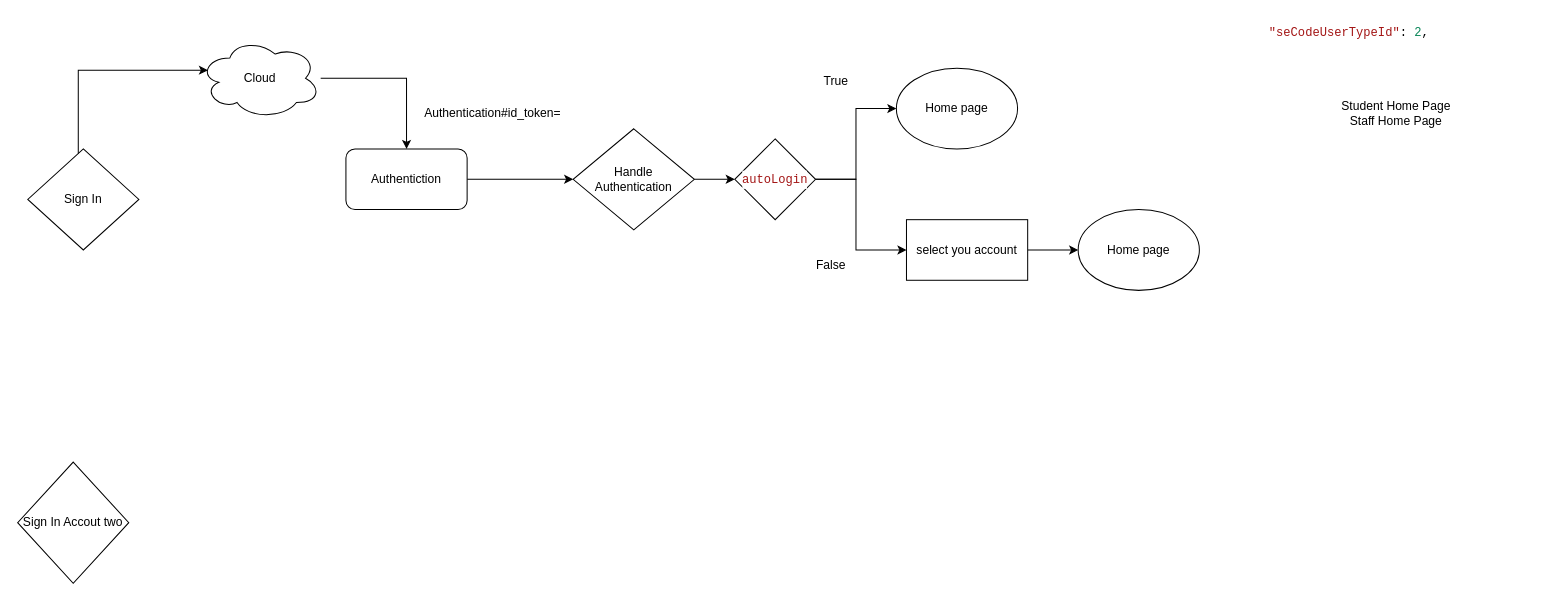
This is LoginWorkFLow.drawio from Mohamedmtc/Diagrams, a draw.io file, before an edit. Source tidied: cells renumbered, new cells numbered last; positions are measured from the earlier drawing's top-left corner, leaving out a move shared by most shapes. Both pictures are drawn from the tidied source at 101%, with x=0, y=0 at pixel (17, 17).
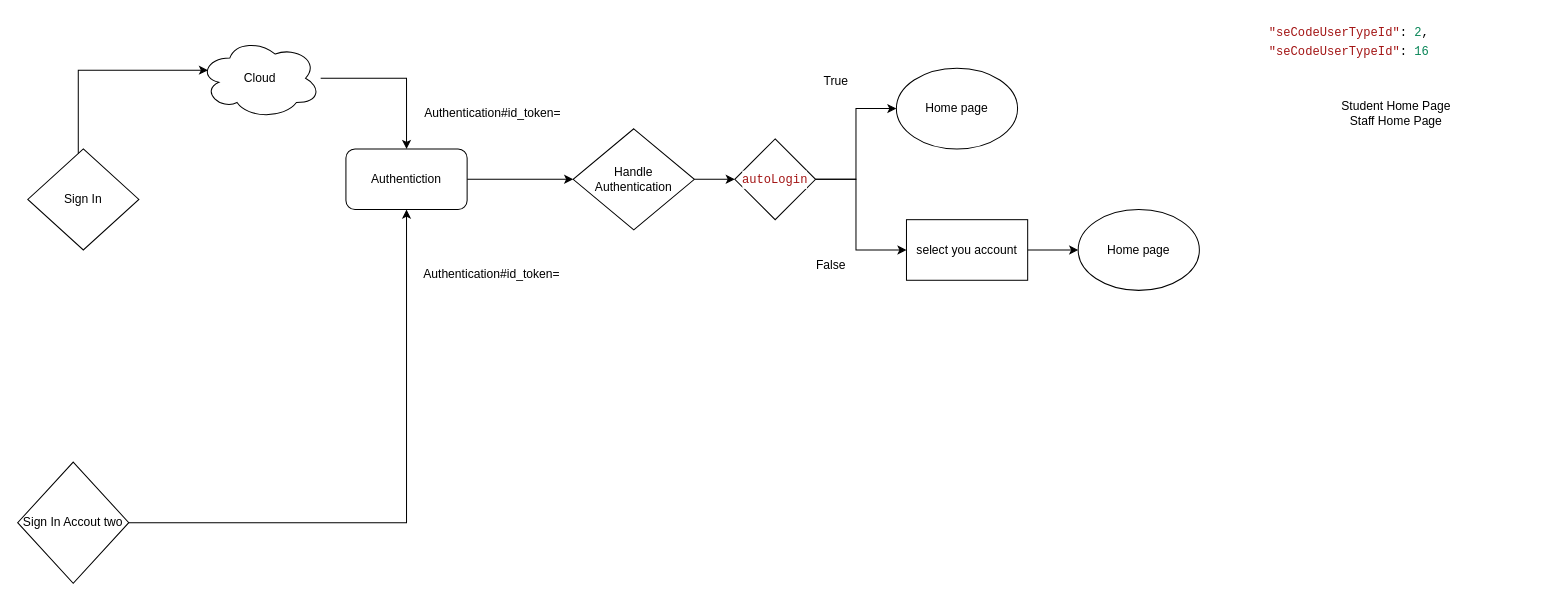
Above is the later version.

The change refers to these unchanged cells:
```xml
<mxCell id="3" value="Sign In Accout two" style="rhombus;whiteSpace=wrap;html=1;" parent="1" vertex="1">
  <mxGeometry y="440" width="110" height="120" as="geometry" />
</mxCell>
<mxCell id="8" value="Authentiction" style="rounded=1;whiteSpace=wrap;html=1;" parent="1" vertex="1">
  <mxGeometry x="325" y="130" width="120" height="60" as="geometry" />
</mxCell>
```

Diff of the diagram source:
```diff
@@
+    <mxCell id="23" style="edgeStyle=orthogonalEdgeStyle;rounded=0;jettySize=auto;html=1;entryX=0.5;entryY=1;entryDx=0;entryDy=0;" parent="1" edge="1" source="3" target="8">
+      <mxGeometry relative="1" as="geometry" />
+    </mxCell>
@@
-    <mxCell id="21" value="&lt;div style=&quot;color: #000000;background-color: #ffffff;font-family: IBMPlexMono, 'Courier New', monospace, Consolas, 'Courier New', monospace;font-weight: normal;font-size: 12px;line-height: 18px;white-space: pre;&quot;&gt;&lt;div&gt;&lt;span style=&quot;color: #000000;&quot;&gt;&amp;nbsp;&lt;/span&gt;&lt;span style=&quot;color: #a31515;&quot;&gt;&quot;seCodeUserTypeId&quot;&lt;/span&gt;&lt;span style=&quot;color: #000000;&quot;&gt;: &lt;/span&gt;&lt;span style=&quot;color: #098658;&quot;&gt;2&lt;/span&gt;&lt;span style=&quot;color: #000000;&quot;&gt;,&lt;br&gt;&lt;/span&gt;&lt;div style=&quot;color: #000000;background-color: #ffffff;font-family: IBMPlexMono, 'Courier New', monospace, Consolas, 'Courier New', monospace;font-weight: normal;font-size: 12px;line-height: 18px;white-space: pre;&quot;&gt;&lt;div&gt;&lt;span style=&quot;color: #000000;&quot;&gt;&amp;nbsp;&lt;/span&gt;&lt;/div&gt;&lt;/div&gt;&lt;/div&gt;&lt;/div&gt;" style="text;whiteSpace=wrap;html=1;" parent="1" vertex="1">
+    <mxCell id="21" value="&lt;div style=&quot;color: #000000;background-color: #ffffff;font-family: IBMPlexMono, 'Courier New', monospace, Consolas, 'Courier New', monospace;font-weight: normal;font-size: 12px;line-height: 18px;white-space: pre;&quot;&gt;&lt;div&gt;&lt;span style=&quot;color: #000000;&quot;&gt;&amp;nbsp;&lt;/span&gt;&lt;span style=&quot;color: #a31515;&quot;&gt;&quot;seCodeUserTypeId&quot;&lt;/span&gt;&lt;span style=&quot;color: #000000;&quot;&gt;: &lt;/span&gt;&lt;span style=&quot;color: #098658;&quot;&gt;2&lt;/span&gt;&lt;span style=&quot;color: #000000;&quot;&gt;,&lt;br&gt;&lt;/span&gt;&lt;div style=&quot;color: #000000;background-color: #ffffff;font-family: IBMPlexMono, 'Courier New', monospace, Consolas, 'Courier New', monospace;font-weight: normal;font-size: 12px;line-height: 18px;white-space: pre;&quot;&gt;&lt;div&gt;&lt;span style=&quot;color: #000000;&quot;&gt;&amp;nbsp;&lt;/span&gt;&lt;span style=&quot;color: #a31515;&quot;&gt;&quot;seCodeUserTypeId&quot;&lt;/span&gt;&lt;span style=&quot;color: #000000;&quot;&gt;: &lt;/span&gt;&lt;span style=&quot;color: #098658;&quot;&gt;16&lt;/span&gt;&lt;/div&gt;&lt;/div&gt;&lt;/div&gt;&lt;/div&gt;" style="text;whiteSpace=wrap;html=1;" parent="1" vertex="1">
       <mxGeometry x="1230" width="190" height="60" as="geometry" />
     </mxCell>
@@
+    <mxCell id="24" value="Authentication#id_token=" style="text;whiteSpace=wrap;html=1;" parent="1" vertex="1">
+      <mxGeometry x="400" y="240" width="170" height="40" as="geometry" />
+    </mxCell>
```
